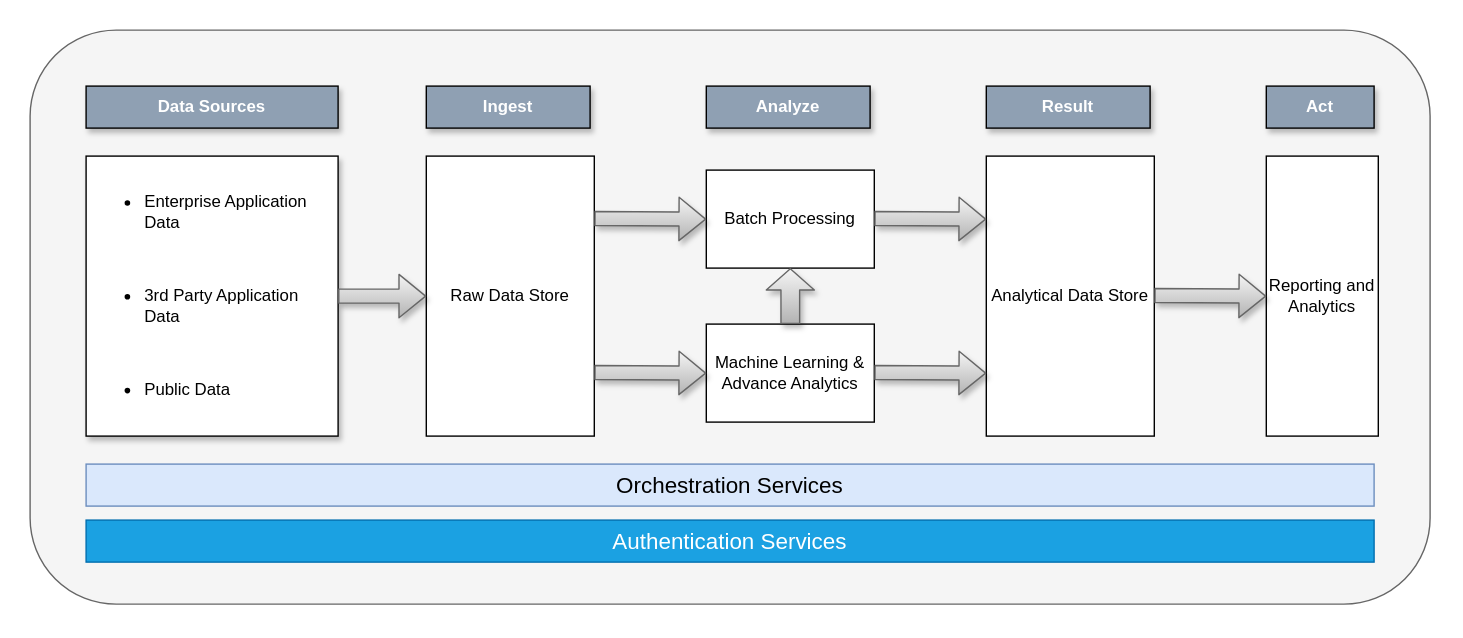
The draw.io diagram Emer2gent_logical.drawio in vivekbitdurg/firstrepo, before the edit. Source tidied: cells renumbered, new cells numbered last; positions are measured from the earlier drawing's top-left corner, leaving out a move shared by most shapes. Both pictures are drawn from the tidied source at 140%, with x=0, y=0 at pixel (29, 29).
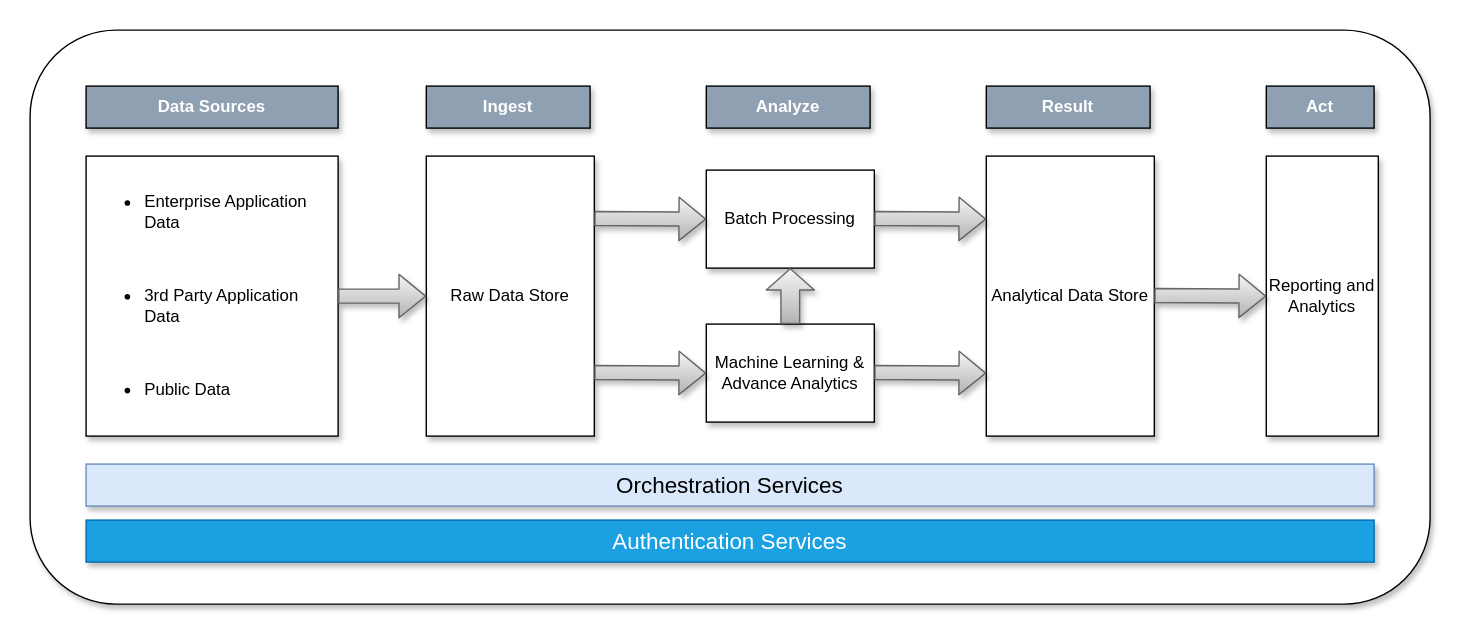
The same diagram, later.

The edit, as a diff of the source:
```diff
@@
-    <mxCell id="2" style="rounded=1;whiteSpace=wrap;html=1;shadow=0;comic=0;fillColor=#f5f5f5;strokeColor=#666666;fontColor=#333333;" parent="1" vertex="1">
+    <mxCell id="2" style="rounded=1;whiteSpace=wrap;html=1;shadow=1;comic=0;" parent="1" vertex="1">
       <mxGeometry width="1000" height="410" as="geometry" />
     </mxCell>
@@
-    <mxCell id="4" value="Data Sources" style="rounded=0;whiteSpace=wrap;html=1;shadow=1;comic=0;fillColor=#8FA0B3;fontColor=#FFFFFF;fontStyle=1;" parent="1" vertex="1">
+    <mxCell id="4" value="Data Sources" style="rounded=0;whiteSpace=wrap;html=1;shadow=1;comic=0;fillColor=#8FA0B3;fontColor=#FFFFFF;fontStyle=1;glass=0;" parent="1" vertex="1">
       <mxGeometry x="40" y="40" width="180" height="30" as="geometry" />
     </mxCell>
-    <mxCell id="5" value="Raw Data Store" style="rounded=0;whiteSpace=wrap;html=1;shadow=0;comic=0;" parent="1" vertex="1">
+    <mxCell id="5" value="Raw Data Store" style="rounded=0;whiteSpace=wrap;html=1;shadow=1;comic=0;" parent="1" vertex="1">
       <mxGeometry x="283" y="90" width="120" height="200" as="geometry" />
     </mxCell>
@@
-    <mxCell id="7" value="Batch Processing" style="rounded=0;whiteSpace=wrap;html=1;shadow=0;comic=0;" parent="1" vertex="1">
+    <mxCell id="7" value="Batch Processing" style="rounded=0;whiteSpace=wrap;html=1;shadow=1;comic=0;" parent="1" vertex="1">
       <mxGeometry x="483" y="100" width="120" height="70" as="geometry" />
     </mxCell>
-    <mxCell id="8" value="Machine Learning &amp;amp; Advance Analytics" style="rounded=0;whiteSpace=wrap;html=1;shadow=0;comic=0;" parent="1" vertex="1">
+    <mxCell id="8" value="Machine Learning &amp;amp; Advance Analytics" style="rounded=0;whiteSpace=wrap;html=1;shadow=1;comic=0;" parent="1" vertex="1">
       <mxGeometry x="483" y="210" width="120" height="70" as="geometry" />
     </mxCell>
-    <mxCell id="9" value="&lt;font style=&quot;font-size: 12px&quot;&gt;Analytical Data Store&lt;/font&gt;" style="rounded=0;whiteSpace=wrap;html=1;shadow=0;comic=0;" parent="1" vertex="1">
+    <mxCell id="9" value="&lt;font style=&quot;font-size: 12px&quot;&gt;Analytical Data Store&lt;/font&gt;" style="rounded=0;whiteSpace=wrap;html=1;shadow=1;comic=0;" parent="1" vertex="1">
       <mxGeometry x="683" y="90" width="120" height="200" as="geometry" />
     </mxCell>
-    <mxCell id="10" value="&lt;font style=&quot;font-size: 12px&quot;&gt;Reporting and Analytics&lt;/font&gt;" style="rounded=0;whiteSpace=wrap;html=1;shadow=0;comic=0;" parent="1" vertex="1">
+    <mxCell id="10" value="&lt;font style=&quot;font-size: 12px&quot;&gt;Reporting and Analytics&lt;/font&gt;" style="rounded=0;whiteSpace=wrap;html=1;shadow=1;comic=0;" parent="1" vertex="1">
       <mxGeometry x="883" y="90" width="80" height="200" as="geometry" />
     </mxCell>
-    <mxCell id="11" value="&lt;font style=&quot;font-size: 16px&quot;&gt;Orchestration Services&lt;/font&gt;" style="rounded=0;whiteSpace=wrap;html=1;shadow=0;comic=0;fillColor=#dae8fc;strokeColor=#6c8ebf;" parent="1" vertex="1">
+    <mxCell id="11" value="&lt;font style=&quot;font-size: 16px&quot;&gt;Orchestration Services&lt;/font&gt;" style="rounded=0;whiteSpace=wrap;html=1;shadow=1;comic=0;fillColor=#dae8fc;strokeColor=#6c8ebf;" parent="1" vertex="1">
       <mxGeometry x="40" y="310" width="920" height="30" as="geometry" />
     </mxCell>
@@
-    <mxCell id="22" value="&lt;font style=&quot;font-size: 16px&quot;&gt;Authentication Services&lt;/font&gt;" style="rounded=0;whiteSpace=wrap;html=1;shadow=0;comic=0;fillColor=#1ba1e2;strokeColor=#006EAF;fontColor=#ffffff;" parent="1" vertex="1">
+    <mxCell id="22" value="&lt;font style=&quot;font-size: 16px&quot;&gt;Authentication Services&lt;/font&gt;" style="rounded=0;whiteSpace=wrap;html=1;shadow=1;comic=0;fillColor=#1ba1e2;strokeColor=#006EAF;fontColor=#ffffff;" parent="1" vertex="1">
       <mxGeometry x="40" y="350" width="920" height="30" as="geometry" />
     </mxCell>
```
